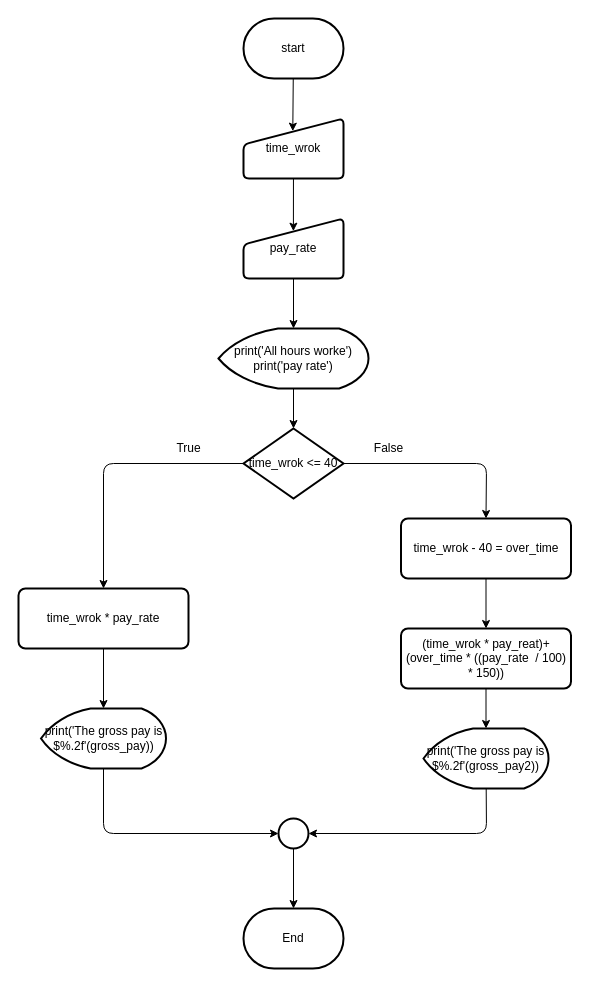
The draw.io diagram L02/EX5.drawio in ZonaphatINET/65-1_ComPro-Python, before the edit. Source tidied: cells renumbered, new cells numbered last; positions are measured from the earlier drawing's top-left corner, leaving out a move shared by most shapes. Both pictures are drawn from the tidied source at 100%, with x=0, y=0 at pixel (18, 18).
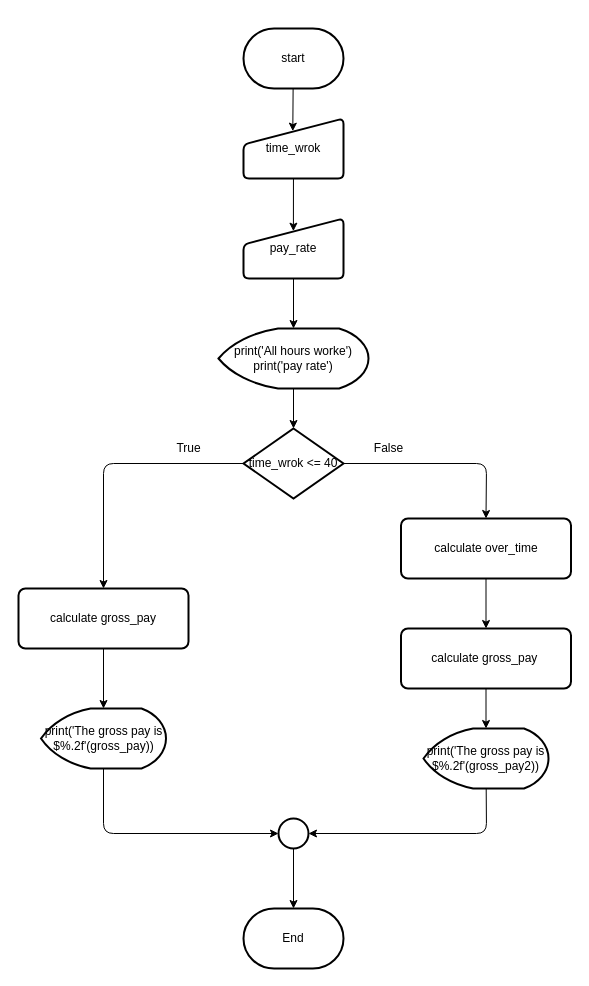
The same page after the edit.

The change refers to these unchanged cells:
```xml
<mxCell id="5" value="time_wrok" style="html=1;strokeWidth=2;shape=manualInput;whiteSpace=wrap;rounded=1;size=26;arcSize=11;" parent="1" vertex="1">
  <mxGeometry x="225" y="100" width="100" height="60" as="geometry" />
</mxCell>
```

The edit, as a diff of the source:
```diff
@@
-    <mxCell id="2" style="edgeStyle=none;html=1;entryX=0.493;entryY=0.211;entryDx=0;entryDy=0;entryPerimeter=0;" parent="1" edge="1" source="3" target="5">
-      <mxGeometry relative="1" as="geometry" />
+    <mxCell id="2" style="edgeStyle=none;html=1;entryX=0.493;entryY=0.211;entryDx=0;entryDy=0;entryPerimeter=0;" parent="1" edge="1" target="5">
+      <mxGeometry relative="1" as="geometry">
+        <mxPoint x="274.7" y="60" as="sourcePoint" />
+      </mxGeometry>
     </mxCell>
-    <mxCell id="3" value="start" style="strokeWidth=2;html=1;shape=mxgraph.flowchart.terminator;whiteSpace=wrap;" parent="1" vertex="1">
-      <mxGeometry x="225" width="100" height="60" as="geometry" />
-    </mxCell>
@@
-    <mxCell id="15" value="(time_wrok * pay_reat)+&lt;br&gt;(over_time * ((pay_rate&amp;nbsp; / 100) * 150))" style="rounded=1;whiteSpace=wrap;html=1;absoluteArcSize=1;arcSize=14;strokeWidth=2;" parent="1" vertex="1">
+    <mxCell id="15" value="calculate gross_pay&amp;nbsp;" style="rounded=1;whiteSpace=wrap;html=1;absoluteArcSize=1;arcSize=14;strokeWidth=2;" parent="1" vertex="1">
       <mxGeometry x="382.5" y="610" width="170" height="60" as="geometry" />
     </mxCell>
@@
-    <mxCell id="19" value="time_wrok - 40 = over_time" style="rounded=1;whiteSpace=wrap;html=1;absoluteArcSize=1;arcSize=14;strokeWidth=2;" parent="1" vertex="1">
+    <mxCell id="19" value="calculate over_time" style="rounded=1;whiteSpace=wrap;html=1;absoluteArcSize=1;arcSize=14;strokeWidth=2;" parent="1" vertex="1">
       <mxGeometry x="382.5" y="500" width="170" height="60" as="geometry" />
     </mxCell>
@@
-    <mxCell id="23" value="time_wrok * pay_rate" style="rounded=1;whiteSpace=wrap;html=1;absoluteArcSize=1;arcSize=14;strokeWidth=2;" parent="1" vertex="1">
+    <mxCell id="23" value="calculate gross_pay" style="rounded=1;whiteSpace=wrap;html=1;absoluteArcSize=1;arcSize=14;strokeWidth=2;" parent="1" vertex="1">
       <mxGeometry y="570" width="170" height="60" as="geometry" />
     </mxCell>
@@
+    <mxCell id="3" value="start" style="strokeWidth=2;html=1;shape=mxgraph.flowchart.terminator;whiteSpace=wrap;" parent="1" vertex="1">
+      <mxGeometry x="225" y="10" width="100" height="60" as="geometry" />
+    </mxCell>
```
